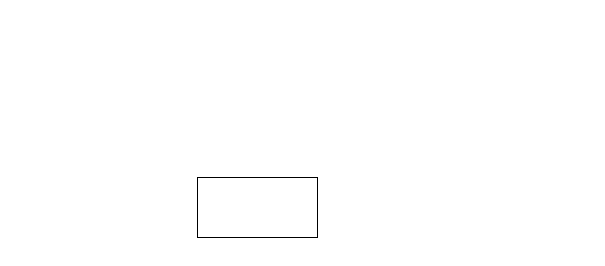
The draw.io diagram SysML/Diagrammes/Diagramme_contexte.drawio in LukasHenot/Projet_Serre_2027, before the edit. Source tidied: cells renumbered, new cells numbered last; positions are measured from the earlier drawing's top-left corner, leaving out a move shared by most shapes. Both pictures are drawn from the tidied source at 100%, with x=0, y=0 at pixel (197, 177).
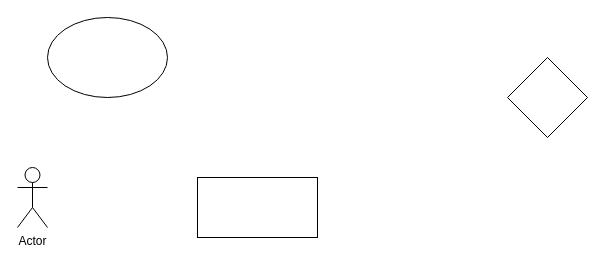
The same page after the edit.

Commit message:
Mettre à jour Diagramme_contexte.drawio

Diff of the diagram source:
```diff
@@
 <mxGraphModel>
   <root>
     <mxCell id="0" />
     <mxCell id="1" parent="0" />
     <mxCell id="2" style="rounded=0;whiteSpace=wrap;html=1;" parent="1" vertex="1">
       <mxGeometry width="120" height="60" as="geometry" />
     </mxCell>
+    <mxCell id="3" style="ellipse;whiteSpace=wrap;html=1;shapeInside=1;" parent="1" vertex="1">
+      <mxGeometry x="-150" y="-160" width="120" height="80" as="geometry" />
+    </mxCell>
+    <mxCell id="4" value="Actor" style="shape=umlActor;verticalLabelPosition=bottom;verticalAlign=top;html=1;labelPerimeter=1;" parent="1" vertex="1">
+      <mxGeometry x="-180" y="-10" width="30" height="60" as="geometry" />
+    </mxCell>
+    <mxCell id="5" style="rhombus;whiteSpace=wrap;html=1;shapeInside=1;" parent="1" vertex="1">
+      <mxGeometry x="310" y="-120" width="80" height="80" as="geometry" />
+    </mxCell>
   </root>
 </mxGraphModel>
```
